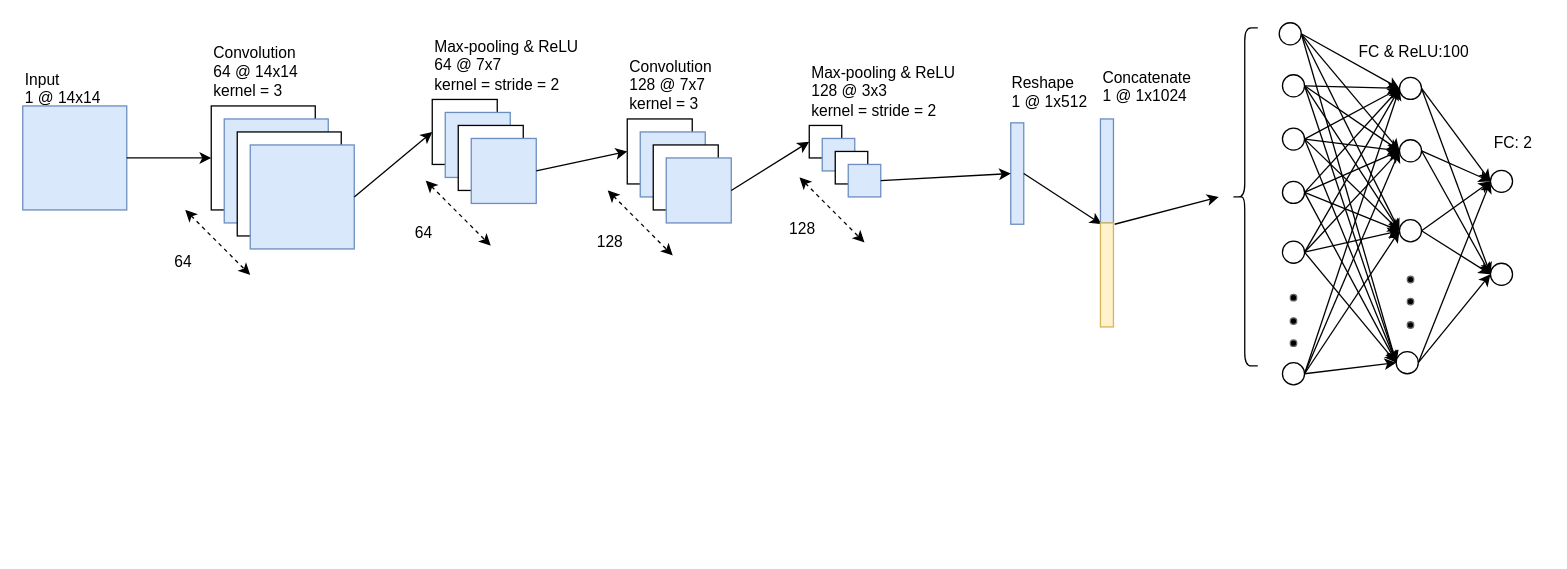
Earlier version of the draw.io diagram page "WSharing" (2 of 3) of Project1/Visualizations/WSharing(1).drawio (danieljsmarda/DeepLearning2019). Source tidied: cells renumbered, new cells numbered last; positions are measured from the earlier drawing's top-left corner, leaving out a move shared by most shapes. Both pictures are drawn from the tidied source at 130%, with x=0, y=0 at pixel (22, 22).
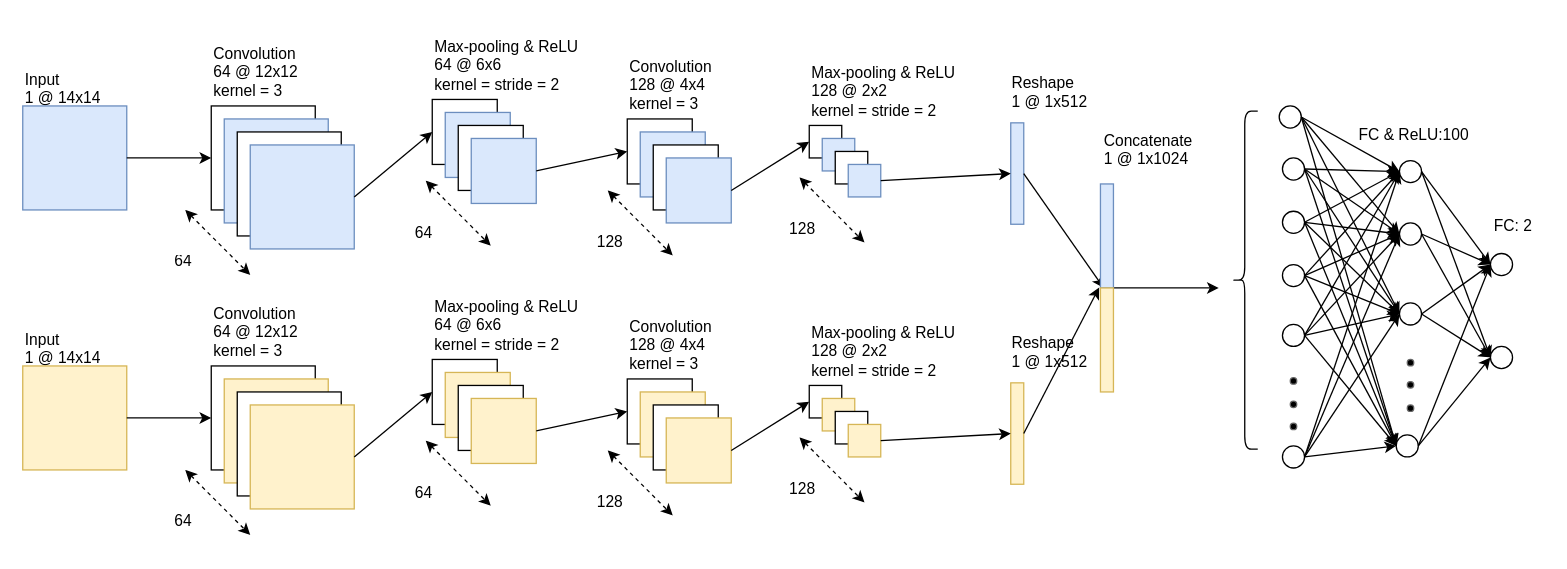
Above is the later version.

Unchanged cells that the change refers to:
```xml
<mxCell id="6" style="group;" parent="1" vertex="1">
  <mxGeometry x="145" y="14" width="110" height="160" as="geometry" />
</mxCell>
<mxCell id="16" style="group;" parent="1" vertex="1">
  <mxGeometry x="315" y="9" width="130" height="160" as="geometry" />
</mxCell>
<mxCell id="27" style="group;" parent="1" vertex="1">
  <mxGeometry x="465" y="24" width="130" height="160" as="geometry" />
</mxCell>
<mxCell id="44" style="rounded=0;whiteSpace=wrap;html=1;fillColor=#dae8fc;strokeColor=#6c8ebf;" parent="1" vertex="1">
  <mxGeometry x="760" y="77" width="10" height="78" as="geometry" />
</mxCell>
```

The edit, as a diff of the source:
```diff
@@
-    <mxCell id="9" value="&lt;div&gt;Convolution&lt;/div&gt;&lt;div&gt;64 @ 14x14&lt;/div&gt;&lt;div&gt;kernel = 3&lt;br&gt;&lt;/div&gt;" style="text;html=1;align=left;verticalAlign=top;spacingTop=-4;" parent="6" vertex="1">
+    <mxCell id="9" value="&lt;div&gt;Convolution&lt;/div&gt;&lt;div&gt;64 @ 12x12&lt;/div&gt;&lt;div&gt;kernel = 3&lt;br&gt;&lt;/div&gt;" style="text;html=1;align=left;verticalAlign=top;spacingTop=-4;" parent="6" vertex="1">
       <mxGeometry width="80" height="40" as="geometry" />
     </mxCell>
@@
-    <mxCell id="19" value="Max-pooling &amp;amp; ReLU&lt;br&gt;&lt;div&gt;64 @ 7x7&lt;/div&gt;&lt;div&gt;kernel = stride = 2&lt;br&gt;&lt;/div&gt;" style="text;html=1;align=left;verticalAlign=top;spacingTop=-4;" parent="16" vertex="1">
+    <mxCell id="19" value="Max-pooling &amp;amp; ReLU&lt;br&gt;&lt;div&gt;64 @ 6x6&lt;/div&gt;&lt;div&gt;kernel = stride = 2&lt;br&gt;&lt;/div&gt;" style="text;html=1;align=left;verticalAlign=top;spacingTop=-4;" parent="16" vertex="1">
       <mxGeometry width="130" height="40" as="geometry" />
     </mxCell>
@@
-    <mxCell id="30" value="&lt;div&gt;Convolution&lt;/div&gt;&lt;div&gt;128 @ 7x7&lt;/div&gt;&lt;div&gt;kernel = 3&lt;br&gt;&lt;/div&gt;" style="text;html=1;align=left;verticalAlign=top;spacingTop=-4;" parent="27" vertex="1">
+    <mxCell id="30" value="&lt;div&gt;Convolution&lt;/div&gt;&lt;div&gt;128 @ 4x4&lt;/div&gt;&lt;div&gt;kernel = 3&lt;br&gt;&lt;/div&gt;" style="text;html=1;align=left;verticalAlign=top;spacingTop=-4;" parent="27" vertex="1">
       <mxGeometry width="80" height="40" as="geometry" />
     </mxCell>
@@
-    <mxCell id="39" value="&lt;div&gt;Max-pooling &amp;amp; ReLU&lt;/div&gt;&lt;div&gt;128 @ 3x3&lt;/div&gt;&lt;div&gt;kernel = stride = 2&lt;br&gt;&lt;/div&gt;" style="text;html=1;align=left;verticalAlign=top;spacingTop=-4;" parent="1" vertex="1">
+    <mxCell id="39" value="&lt;div&gt;Max-pooling &amp;amp; ReLU&lt;/div&gt;&lt;div&gt;128 @ 2x2&lt;/div&gt;&lt;div&gt;kernel = stride = 2&lt;br&gt;&lt;/div&gt;" style="text;html=1;align=left;verticalAlign=top;spacingTop=-4;" parent="1" vertex="1">
       <mxGeometry x="605" y="29" width="130" height="40" as="geometry" />
     </mxCell>
@@
     <mxCell id="50" value="Concatenate&lt;div&gt;1 @ 1x1024&lt;br&gt;&lt;/div&gt;" style="text;html=1;align=left;verticalAlign=top;spacingTop=-4;" parent="1" vertex="1">
-      <mxGeometry x="829" y="32.5" width="80" height="30" as="geometry" />
+      <mxGeometry x="830" y="80.5" width="80" height="30" as="geometry" />
     </mxCell>
-    <mxCell id="51" style="endArrow=classic;html=1;entryX=0;entryY=0.5;entryDx=0;entryDy=0;exitX=1;exitY=0.5;exitDx=0;exitDy=0;" parent="1" edge="1" source="44">
-      <mxGeometry relative="1" as="geometry">
-        <mxPoint x="829.9" y="155" as="targetPoint" />
-      </mxGeometry>
+    <mxCell id="51" style="endArrow=classic;html=1;entryX=0.25;entryY=1;entryDx=0;entryDy=0;exitX=1;exitY=0.5;exitDx=0;exitDy=0;" parent="1" edge="1" source="44" target="112">
+      <mxGeometry relative="1" as="geometry" />
     </mxCell>
     <mxCell id="52" style="ellipse;whiteSpace=wrap;html=1;rotation=-180;" parent="1" vertex="1">
-      <mxGeometry x="1059" y="151.5" width="17" height="17" as="geometry" />
+      <mxGeometry x="1059" y="215.5" width="17" height="17" as="geometry" />
     </mxCell>
     <mxCell id="53" style="ellipse;whiteSpace=wrap;html=1;rotation=-180;" parent="1" vertex="1">
-      <mxGeometry x="1056.5" y="253" width="17" height="17" as="geometry" />
+      <mxGeometry x="1056.5" y="317" width="17" height="17" as="geometry" />
     </mxCell>
     <mxCell id="54" style="ellipse;whiteSpace=wrap;html=1;rotation=-180;" parent="1" vertex="1">
-      <mxGeometry x="1059" y="90" width="17" height="17" as="geometry" />
+      <mxGeometry x="1059" y="154" width="17" height="17" as="geometry" />
     </mxCell>
     <mxCell id="55" style="ellipse;whiteSpace=wrap;html=1;rotation=-180;" parent="1" vertex="1">
-      <mxGeometry x="1059" y="42" width="17" height="17" as="geometry" />
+      <mxGeometry x="1059" y="106" width="17" height="17" as="geometry" />
     </mxCell>
     <mxCell id="56" style="ellipse;whiteSpace=wrap;html=1;rotation=-180;" parent="1" vertex="1">
-      <mxGeometry x="966.5" width="17" height="17" as="geometry" />
+      <mxGeometry x="966.5" y="64" width="17" height="17" as="geometry" />
     </mxCell>
     <mxCell id="57" style="ellipse;whiteSpace=wrap;html=1;rotation=-180;" parent="1" vertex="1">
-      <mxGeometry x="969" y="168" width="17" height="17" as="geometry" />
+      <mxGeometry x="969" y="232" width="17" height="17" as="geometry" />
     </mxCell>
     <mxCell id="58" style="ellipse;whiteSpace=wrap;html=1;rotation=-180;" parent="1" vertex="1">
-      <mxGeometry x="969" y="122" width="17" height="17" as="geometry" />
+      <mxGeometry x="969" y="186" width="17" height="17" as="geometry" />
     </mxCell>
     <mxCell id="59" style="ellipse;whiteSpace=wrap;html=1;rotation=-180;" parent="1" vertex="1">
-      <mxGeometry x="969" y="40" width="17" height="17" as="geometry" />
+      <mxGeometry x="969" y="104" width="17" height="17" as="geometry" />
     </mxCell>
     <mxCell id="60" style="ellipse;whiteSpace=wrap;html=1;rotation=-180;" parent="1" vertex="1">
-      <mxGeometry x="969" y="261.5" width="17" height="17" as="geometry" />
+      <mxGeometry x="969" y="325.5" width="17" height="17" as="geometry" />
     </mxCell>
     <mxCell id="61" style="ellipse;whiteSpace=wrap;html=1;rotation=-180;" parent="1" vertex="1">
-      <mxGeometry x="969" y="81" width="17" height="17" as="geometry" />
+      <mxGeometry x="969" y="145" width="17" height="17" as="geometry" />
     </mxCell>
@@
     <mxCell id="86" style="group;" parent="1" vertex="1">
-      <mxGeometry x="975" y="209" width="5" height="40" as="geometry" />
+      <mxGeometry x="975" y="273" width="5" height="40" as="geometry" />
     </mxCell>
@@
     <mxCell id="90" style="group;" parent="1" vertex="1">
-      <mxGeometry x="1065" y="195" width="5" height="40" as="geometry" />
+      <mxGeometry x="1065" y="259" width="5" height="40" as="geometry" />
     </mxCell>
@@
     <mxCell id="94" style="group;" parent="1" vertex="1">
-      <mxGeometry x="1129" y="113.5" width="17" height="17" as="geometry" />
+      <mxGeometry x="1129" y="177.5" width="17" height="17" as="geometry" />
     </mxCell>
@@
     <mxCell id="101" style="group;" parent="1" vertex="1">
-      <mxGeometry x="1129" y="185" width="17" height="17" as="geometry" />
+      <mxGeometry x="1129" y="249" width="17" height="17" as="geometry" />
     </mxCell>
@@
-    <mxCell id="108" style="endArrow=classic;html=1;exitX=1;exitY=0.5;exitDx=0;exitDy=0;" parent="1" edge="1">
+    <mxCell id="108" style="endArrow=classic;html=1;exitX=0.75;exitY=1;exitDx=0;exitDy=0;" parent="1" edge="1" source="112">
       <mxGeometry relative="1" as="geometry">
-        <mxPoint x="839.9" y="155" as="sourcePoint" />
-        <mxPoint x="920" y="134" as="targetPoint" />
+        <mxPoint x="920" y="204" as="targetPoint" />
       </mxGeometry>
     </mxCell>
     <mxCell id="109" style="shape=curlyBracket;whiteSpace=wrap;html=1;rounded=1;fillColor=#000000;" parent="1" vertex="1">
-      <mxGeometry x="930" y="4" width="20" height="260" as="geometry" />
+      <mxGeometry x="930" y="68" width="20" height="260" as="geometry" />
     </mxCell>
     <mxCell id="110" value="FC &amp;amp; ReLU:100" style="text;html=1;align=left;verticalAlign=top;spacingTop=-4;" parent="1" vertex="1">
-      <mxGeometry x="1026" y="12.5" width="100" height="20" as="geometry" />
+      <mxGeometry x="1026" y="76.5" width="100" height="20" as="geometry" />
     </mxCell>
     <mxCell id="111" value="FC: 2" style="text;html=1;align=left;verticalAlign=top;spacingTop=-4;" parent="1" vertex="1">
-      <mxGeometry x="1130" y="83" width="40" height="20" as="geometry" />
+      <mxGeometry x="1130" y="147" width="40" height="20" as="geometry" />
     </mxCell>
+    <mxCell id="114" style="group;" parent="1" vertex="1">
+      <mxGeometry y="234" width="80" height="110" as="geometry" />
+    </mxCell>
+    <mxCell id="115" style="whiteSpace=wrap;html=1;fillColor=#fff2cc;strokeColor=#d6b656;" parent="114" vertex="1">
+      <mxGeometry y="30" width="80" height="80" as="geometry" />
+    </mxCell>
+    <mxCell id="116" value="&lt;div&gt;Input&lt;/div&gt;&lt;div&gt;1 @ 14x14&lt;br&gt;&lt;/div&gt;" style="text;html=1;align=left;verticalAlign=top;spacingTop=-4;" parent="114" vertex="1">
+      <mxGeometry width="70" height="30" as="geometry" />
+    </mxCell>
+    <mxCell id="117" style="endArrow=classic;html=1;entryX=0;entryY=0.5;entryDx=0;entryDy=0;exitX=1;exitY=0.5;exitDx=0;exitDy=0;" parent="1" edge="1" source="115" target="120">
+      <mxGeometry relative="1" as="geometry" />
+    </mxCell>
+    <mxCell id="118" style="group;" parent="1" vertex="1">
+      <mxGeometry x="145" y="214" width="110" height="160" as="geometry" />
+    </mxCell>
+    <mxCell id="119" style="group;" parent="118" vertex="1">
+      <mxGeometry y="20" width="110" height="110" as="geometry" />
+    </mxCell>
+    <mxCell id="120" style="whiteSpace=wrap;html=1;" parent="119" vertex="1">
+      <mxGeometry y="30" width="80" height="80" as="geometry" />
+    </mxCell>
+    <mxCell id="121" value="&lt;div&gt;Convolution&lt;/div&gt;&lt;div&gt;64 @ 12x12&lt;/div&gt;&lt;div&gt;kernel = 3&lt;br&gt;&lt;/div&gt;" style="text;html=1;align=left;verticalAlign=top;spacingTop=-4;" parent="118" vertex="1">
+      <mxGeometry width="80" height="40" as="geometry" />
+    </mxCell>
+    <mxCell id="122" style="whiteSpace=wrap;html=1;fillColor=#fff2cc;strokeColor=#d6b656;" parent="118" vertex="1">
+      <mxGeometry x="10" y="60" width="80" height="80" as="geometry" />
+    </mxCell>
+    <mxCell id="123" style="whiteSpace=wrap;html=1;" parent="118" vertex="1">
+      <mxGeometry x="20" y="70" width="80" height="80" as="geometry" />
+    </mxCell>
+    <mxCell id="124" style="whiteSpace=wrap;html=1;fillColor=#fff2cc;strokeColor=#d6b656;" parent="118" vertex="1">
+      <mxGeometry x="30" y="80" width="80" height="80" as="geometry" />
+    </mxCell>
+    <mxCell id="125" style="group;" parent="1" vertex="1">
+      <mxGeometry x="115" y="344" width="60" height="50" as="geometry" />
+    </mxCell>
+    <mxCell id="126" style="endArrow=classic;startArrow=classic;dashed=1;html=1;" parent="125" edge="1">
+      <mxGeometry relative="1" as="geometry">
+        <mxPoint x="10" as="sourcePoint" />
+        <mxPoint x="60" y="50" as="targetPoint" />
+      </mxGeometry>
+    </mxCell>
+    <mxCell id="127" value="64" style="text;html=1;align=left;verticalAlign=top;spacingTop=-4;" parent="125" vertex="1">
+      <mxGeometry y="30" width="30" height="20" as="geometry" />
+    </mxCell>
+    <mxCell id="128" style="group;" parent="1" vertex="1">
+      <mxGeometry x="315" y="209" width="130" height="160" as="geometry" />
+    </mxCell>
+    <mxCell id="129" style="group;" parent="128" vertex="1">
+      <mxGeometry y="20" width="110" height="110" as="geometry" />
+    </mxCell>
+    <mxCell id="130" style="whiteSpace=wrap;html=1;" parent="129" vertex="1">
+      <mxGeometry y="30" width="50" height="50" as="geometry" />
+    </mxCell>
+    <mxCell id="131" value="Max-pooling &amp;amp; ReLU&lt;br&gt;&lt;div&gt;64 @ 6x6&lt;/div&gt;&lt;div&gt;kernel = stride = 2&lt;br&gt;&lt;/div&gt;" style="text;html=1;align=left;verticalAlign=top;spacingTop=-4;" parent="128" vertex="1">
+      <mxGeometry width="130" height="40" as="geometry" />
+    </mxCell>
+    <mxCell id="132" style="group;" parent="1" vertex="1">
+      <mxGeometry x="300" y="321.5" width="60" height="50" as="geometry" />
+    </mxCell>
+    <mxCell id="133" style="endArrow=classic;startArrow=classic;dashed=1;html=1;" parent="132" edge="1">
+      <mxGeometry relative="1" as="geometry">
+        <mxPoint x="10" as="sourcePoint" />
+        <mxPoint x="60" y="50" as="targetPoint" />
+      </mxGeometry>
+    </mxCell>
+    <mxCell id="134" value="64" style="text;html=1;align=left;verticalAlign=top;spacingTop=-4;" parent="132" vertex="1">
+      <mxGeometry y="30" width="30" height="20" as="geometry" />
+    </mxCell>
+    <mxCell id="135" style="endArrow=classic;html=1;entryX=0;entryY=0.5;entryDx=0;entryDy=0;exitX=1;exitY=0.5;exitDx=0;exitDy=0;" parent="1" edge="1" source="124" target="130">
+      <mxGeometry relative="1" as="geometry" />
+    </mxCell>
+    <mxCell id="136" style="whiteSpace=wrap;html=1;fillColor=#fff2cc;strokeColor=#d6b656;" parent="1" vertex="1">
+      <mxGeometry x="325" y="269" width="50" height="50" as="geometry" />
+    </mxCell>
+    <mxCell id="137" style="whiteSpace=wrap;html=1;" parent="1" vertex="1">
+      <mxGeometry x="335" y="279" width="50" height="50" as="geometry" />
+    </mxCell>
+    <mxCell id="138" style="whiteSpace=wrap;html=1;fillColor=#fff2cc;strokeColor=#d6b656;" parent="1" vertex="1">
+      <mxGeometry x="345" y="289" width="50" height="50" as="geometry" />
+    </mxCell>
+    <mxCell id="139" style="group;" parent="1" vertex="1">
+      <mxGeometry x="465" y="224" width="130" height="160" as="geometry" />
+    </mxCell>
+    <mxCell id="140" style="group;" parent="139" vertex="1">
+      <mxGeometry y="20" width="110" height="110" as="geometry" />
+    </mxCell>
+    <mxCell id="141" style="whiteSpace=wrap;html=1;" parent="140" vertex="1">
+      <mxGeometry y="30" width="50" height="50" as="geometry" />
+    </mxCell>
+    <mxCell id="142" value="&lt;div&gt;Convolution&lt;/div&gt;&lt;div&gt;128 @ 4x4&lt;/div&gt;&lt;div&gt;kernel = 3&lt;br&gt;&lt;/div&gt;" style="text;html=1;align=left;verticalAlign=top;spacingTop=-4;" parent="139" vertex="1">
+      <mxGeometry width="80" height="40" as="geometry" />
+    </mxCell>
+    <mxCell id="143" style="group;" parent="1" vertex="1">
+      <mxGeometry x="440" y="329" width="60" height="50" as="geometry" />
+    </mxCell>
+    <mxCell id="144" style="endArrow=classic;startArrow=classic;dashed=1;html=1;" parent="143" edge="1">
+      <mxGeometry relative="1" as="geometry">
+        <mxPoint x="10" as="sourcePoint" />
+        <mxPoint x="60" y="50" as="targetPoint" />
+      </mxGeometry>
+    </mxCell>
+    <mxCell id="145" value="128" style="text;html=1;align=left;verticalAlign=top;spacingTop=-4;" parent="143" vertex="1">
+      <mxGeometry y="30" width="40" height="20" as="geometry" />
+    </mxCell>
+    <mxCell id="146" style="whiteSpace=wrap;html=1;fillColor=#fff2cc;strokeColor=#d6b656;" parent="1" vertex="1">
+      <mxGeometry x="475" y="284" width="50" height="50" as="geometry" />
+    </mxCell>
+    <mxCell id="147" style="whiteSpace=wrap;html=1;" parent="1" vertex="1">
+      <mxGeometry x="485" y="294" width="50" height="50" as="geometry" />
+    </mxCell>
+    <mxCell id="148" style="whiteSpace=wrap;html=1;fillColor=#fff2cc;strokeColor=#d6b656;" parent="1" vertex="1">
+      <mxGeometry x="495" y="304" width="50" height="50" as="geometry" />
+    </mxCell>
+    <mxCell id="149" style="endArrow=classic;html=1;entryX=0;entryY=0.5;entryDx=0;entryDy=0;exitX=1;exitY=0.5;exitDx=0;exitDy=0;" parent="1" edge="1" source="138" target="141">
+      <mxGeometry relative="1" as="geometry" />
+    </mxCell>
+    <mxCell id="150" style="whiteSpace=wrap;html=1;" parent="1" vertex="1">
+      <mxGeometry x="605" y="279" width="25" height="25" as="geometry" />
+    </mxCell>
+    <mxCell id="151" value="&lt;div&gt;Max-pooling &amp;amp; ReLU&lt;/div&gt;&lt;div&gt;128 @ 2x2&lt;/div&gt;&lt;div&gt;kernel = stride = 2&lt;br&gt;&lt;/div&gt;" style="text;html=1;align=left;verticalAlign=top;spacingTop=-4;" parent="1" vertex="1">
+      <mxGeometry x="605" y="229" width="130" height="40" as="geometry" />
+    </mxCell>
+    <mxCell id="152" style="group;" parent="1" vertex="1">
+      <mxGeometry x="587.5" y="319" width="60" height="50" as="geometry" />
+    </mxCell>
+    <mxCell id="153" style="endArrow=classic;startArrow=classic;dashed=1;html=1;" parent="152" edge="1">
+      <mxGeometry relative="1" as="geometry">
+        <mxPoint x="10" as="sourcePoint" />
+        <mxPoint x="60" y="50" as="targetPoint" />
+      </mxGeometry>
+    </mxCell>
+    <mxCell id="154" value="128" style="text;html=1;align=left;verticalAlign=top;spacingTop=-4;" parent="152" vertex="1">
+      <mxGeometry y="30" width="40" height="20" as="geometry" />
+    </mxCell>
+    <mxCell id="155" style="endArrow=classic;html=1;entryX=0;entryY=0.5;entryDx=0;entryDy=0;exitX=1;exitY=0.5;exitDx=0;exitDy=0;" parent="1" edge="1" source="148" target="150">
+      <mxGeometry relative="1" as="geometry" />
+    </mxCell>
+    <mxCell id="156" style="rounded=0;whiteSpace=wrap;html=1;fillColor=#fff2cc;strokeColor=#d6b656;" parent="1" vertex="1">
+      <mxGeometry x="760" y="277" width="10" height="78" as="geometry" />
+    </mxCell>
+    <mxCell id="157" style="whiteSpace=wrap;html=1;fillColor=#fff2cc;strokeColor=#d6b656;" parent="1" vertex="1">
+      <mxGeometry x="615" y="289" width="25" height="25" as="geometry" />
+    </mxCell>
+    <mxCell id="158" style="whiteSpace=wrap;html=1;" parent="1" vertex="1">
+      <mxGeometry x="625" y="299" width="25" height="25" as="geometry" />
+    </mxCell>
+    <mxCell id="159" style="whiteSpace=wrap;html=1;fillColor=#fff2cc;strokeColor=#d6b656;" parent="1" vertex="1">
+      <mxGeometry x="635" y="309" width="25" height="25" as="geometry" />
+    </mxCell>
+    <mxCell id="160" value="&lt;div&gt;Reshape&lt;/div&gt;&lt;div&gt;1 @ 1x512&lt;br&gt;&lt;/div&gt;" style="text;html=1;align=left;verticalAlign=top;spacingTop=-4;" parent="1" vertex="1">
+      <mxGeometry x="759" y="237" width="70" height="30" as="geometry" />
+    </mxCell>
+    <mxCell id="161" style="endArrow=classic;html=1;entryX=0;entryY=0.5;entryDx=0;entryDy=0;exitX=1;exitY=0.5;exitDx=0;exitDy=0;" parent="1" edge="1" source="159" target="156">
+      <mxGeometry relative="1" as="geometry" />
+    </mxCell>
+    <mxCell id="162" style="endArrow=classic;html=1;entryX=-0.1;entryY=0.995;entryDx=0;entryDy=0;exitX=1;exitY=0.5;exitDx=0;exitDy=0;entryPerimeter=0;" parent="1" edge="1" source="156" target="112">
+      <mxGeometry relative="1" as="geometry" />
+    </mxCell>
+    <mxCell id="163" style="group;" parent="1" vertex="1">
+      <mxGeometry x="829" y="124" width="10" height="160" as="geometry" />
+    </mxCell>
-    <mxCell id="112" style="rounded=0;whiteSpace=wrap;html=1;fillColor=#dae8fc;strokeColor=#6c8ebf;" parent="1" vertex="1">
-      <mxGeometry x="829" y="74" width="10" height="80" as="geometry" />
+    <mxCell id="112" style="rounded=0;whiteSpace=wrap;html=1;fillColor=#dae8fc;strokeColor=#6c8ebf;" parent="163" vertex="1">
+      <mxGeometry width="10" height="80" as="geometry" />
     </mxCell>
-    <mxCell id="113" style="rounded=0;whiteSpace=wrap;html=1;fillColor=#fff2cc;strokeColor=#d6b656;" parent="1" vertex="1">
-      <mxGeometry x="829" y="154" width="10" height="80" as="geometry" />
+    <mxCell id="113" style="rounded=0;whiteSpace=wrap;html=1;fillColor=#fff2cc;strokeColor=#d6b656;" parent="163" vertex="1">
+      <mxGeometry y="80" width="10" height="80" as="geometry" />
     </mxCell>
```
